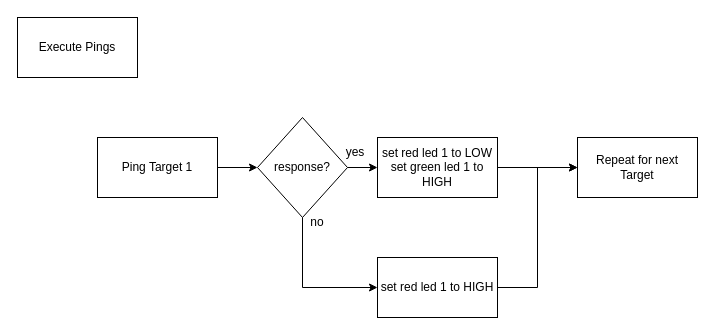
Earlier version of the draw.io diagram CodeDoku/ExecutePings.drawio (dariorthan/ESP32_NetworkFaultTester). Source tidied: cells renumbered, new cells numbered last; positions are measured from the earlier drawing's top-left corner, leaving out a move shared by most shapes. Both pictures are drawn from the tidied source at 100%, with x=0, y=0 at pixel (17, 17).
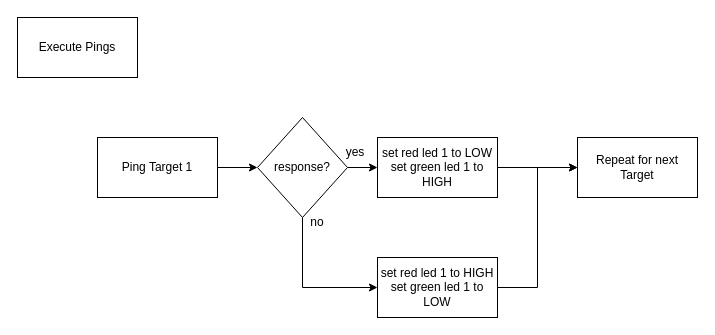
The same page after the edit.

Diff of the diagram source:
```diff
@@
 <mxGraphModel>
   <root>
     <mxCell id="0" />
     <mxCell id="1" parent="0" />
     <mxCell id="2" value="Execute Pings" style="rounded=0;whiteSpace=wrap;html=1;" parent="1" vertex="1">
       <mxGeometry width="120" height="60" as="geometry" />
     </mxCell>
     <mxCell id="3" value="Ping Target 1" style="rounded=0;whiteSpace=wrap;html=1;" parent="1" vertex="1">
       <mxGeometry x="80" y="120" width="120" height="60" as="geometry" />
     </mxCell>
     <mxCell id="4" value="response?" style="rhombus;whiteSpace=wrap;html=1;" parent="1" vertex="1">
       <mxGeometry x="240" y="100" width="90" height="100" as="geometry" />
     </mxCell>
     <mxCell id="5" value="&lt;div&gt;set red led 1 to LOW&lt;/div&gt;&lt;div&gt;set green led 1 to HIGH&lt;/div&gt;" style="rounded=0;whiteSpace=wrap;html=1;" parent="1" vertex="1">
       <mxGeometry x="360" y="120" width="120" height="60" as="geometry" />
     </mxCell>
-    <mxCell id="6" value="set red led 1 to HIGH" style="rounded=0;whiteSpace=wrap;html=1;" parent="1" vertex="1">
+    <mxCell id="6" value="&lt;div&gt;set red led 1 to HIGH&lt;/div&gt;&lt;div&gt;set green led 1 to LOW&lt;/div&gt;" style="rounded=0;whiteSpace=wrap;html=1;" parent="1" vertex="1">
       <mxGeometry x="360" y="240" width="120" height="60" as="geometry" />
     </mxCell>
     <mxCell id="7" value="yes" style="text;html=1;align=center;verticalAlign=middle;whiteSpace=wrap;rounded=0;" parent="1" vertex="1">
       <mxGeometry x="308" y="120" width="60" height="30" as="geometry" />
     </mxCell>
     <mxCell id="8" value="no" style="text;html=1;align=center;verticalAlign=middle;whiteSpace=wrap;rounded=0;" parent="1" vertex="1">
       <mxGeometry x="270" y="190" width="60" height="30" as="geometry" />
     </mxCell>
     <mxCell id="9" style="endArrow=classic;html=1;rounded=0;exitX=0.5;exitY=1;exitDx=0;exitDy=0;" parent="1" edge="1" source="4">
       <mxGeometry relative="1" as="geometry">
         <mxPoint x="360" y="270" as="targetPoint" />
         <Array as="points">
           <mxPoint x="285" y="270" />
         </Array>
       </mxGeometry>
     </mxCell>
     <mxCell id="10" style="endArrow=classic;html=1;rounded=0;exitX=1;exitY=0.5;exitDx=0;exitDy=0;entryX=0;entryY=0.5;entryDx=0;entryDy=0;" parent="1" edge="1" source="4" target="5">
       <mxGeometry relative="1" as="geometry" />
     </mxCell>
     <mxCell id="11" style="endArrow=classic;html=1;rounded=0;exitX=1;exitY=0.5;exitDx=0;exitDy=0;entryX=0;entryY=0.5;entryDx=0;entryDy=0;" parent="1" edge="1" source="3" target="4">
       <mxGeometry relative="1" as="geometry" />
     </mxCell>
     <mxCell id="12" value="Repeat for next Target" style="rounded=0;whiteSpace=wrap;html=1;" parent="1" vertex="1">
       <mxGeometry x="560" y="120" width="120" height="60" as="geometry" />
     </mxCell>
     <mxCell id="13" style="endArrow=classic;html=1;rounded=0;exitX=1;exitY=0.5;exitDx=0;exitDy=0;" parent="1" edge="1" source="5" target="12">
       <mxGeometry relative="1" as="geometry" />
     </mxCell>
     <mxCell id="14" style="endArrow=classic;html=1;rounded=0;exitX=1;exitY=0.5;exitDx=0;exitDy=0;entryX=0;entryY=0.5;entryDx=0;entryDy=0;" parent="1" edge="1" source="6" target="12">
       <mxGeometry relative="1" as="geometry">
         <Array as="points">
           <mxPoint x="520" y="270" />
           <mxPoint x="520" y="150" />
         </Array>
       </mxGeometry>
     </mxCell>
   </root>
 </mxGraphModel>
```
